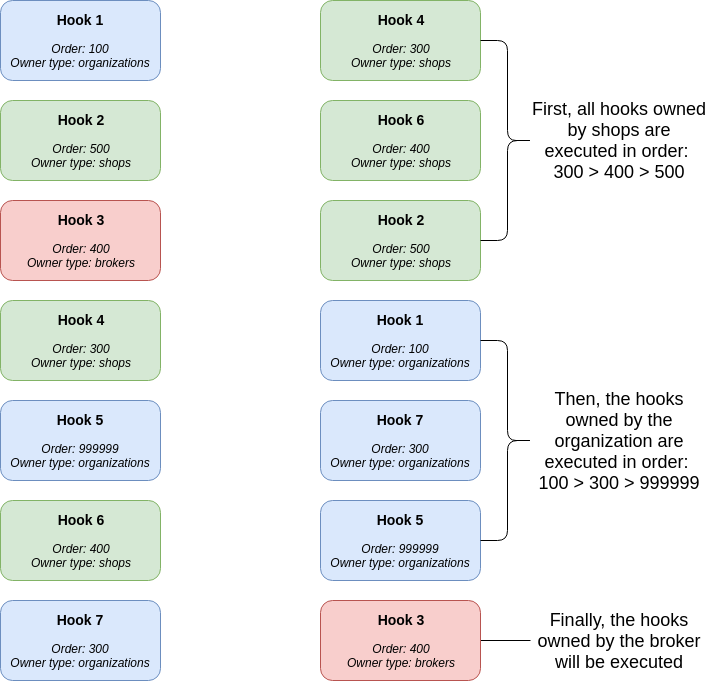
MyParcelCOM/docs keeps this draw.io diagram as static/images/hooks-order.png. Above is the earlier version. Source tidied: cells renumbered, new cells last; positions are measured from the earlier drawing's top-left corner, leaving out a move shared by most shapes. The source it was exported from:
```xml
<mxGraphModel>
  <root>
    <mxCell id="0" />
    <mxCell id="1" parent="0" />
    <mxCell id="2" value="&lt;font&gt;&lt;b&gt;&lt;font style=&quot;font-size: 14px&quot;&gt;Hook 1&lt;/font&gt;&lt;/b&gt;&lt;br&gt;&lt;/font&gt;&lt;br&gt;&lt;i&gt;Order: 100&lt;br&gt;Owner type: organizations&lt;/i&gt;&lt;br&gt;" style="rounded=1;whiteSpace=wrap;html=1;fillColor=#dae8fc;strokeColor=#6c8ebf;" parent="1" vertex="1">
      <mxGeometry width="160" height="80" as="geometry" />
    </mxCell>
    <mxCell id="3" value="&lt;font style=&quot;font-size: 14px&quot;&gt;&lt;b&gt;Hook 2&lt;/b&gt;&lt;/font&gt;&lt;br&gt;&lt;br&gt;&lt;i&gt;Order: 500&lt;br&gt;Owner type: shops&lt;/i&gt;&lt;br&gt;" style="rounded=1;whiteSpace=wrap;html=1;fillColor=#d5e8d4;strokeColor=#82b366;" parent="1" vertex="1">
      <mxGeometry y="100" width="160" height="80" as="geometry" />
    </mxCell>
    <mxCell id="4" value="&lt;b&gt;&lt;font style=&quot;font-size: 14px&quot;&gt;Hook 3&lt;/font&gt;&lt;/b&gt;&lt;br&gt;&lt;br&gt;&lt;i&gt;Order: 400&lt;br&gt;Owner type: brokers&lt;/i&gt;&lt;br&gt;" style="rounded=1;whiteSpace=wrap;html=1;fillColor=#f8cecc;strokeColor=#b85450;" parent="1" vertex="1">
      <mxGeometry y="200" width="160" height="80" as="geometry" />
    </mxCell>
    <mxCell id="5" value="&lt;b style=&quot;font-size: 14px&quot;&gt;Hook 4&lt;br&gt;&lt;/b&gt;&lt;br&gt;&lt;i&gt;Order: 300&lt;br&gt;Owner type: shops&lt;/i&gt;&lt;br&gt;" style="rounded=1;whiteSpace=wrap;html=1;fillColor=#d5e8d4;strokeColor=#82b366;" parent="1" vertex="1">
      <mxGeometry y="300" width="160" height="80" as="geometry" />
    </mxCell>
    <mxCell id="6" value="&lt;b style=&quot;font-size: 14px&quot;&gt;Hook 5&lt;br&gt;&lt;/b&gt;&lt;br&gt;&lt;i&gt;Order: 999999&lt;br&gt;Owner type: organizations&lt;/i&gt;&lt;br&gt;" style="rounded=1;whiteSpace=wrap;html=1;fillColor=#dae8fc;strokeColor=#6c8ebf;" parent="1" vertex="1">
      <mxGeometry y="400" width="160" height="80" as="geometry" />
    </mxCell>
    <mxCell id="7" value="&lt;b&gt;&lt;font style=&quot;font-size: 14px&quot;&gt;Hook 6&lt;/font&gt;&lt;/b&gt;&lt;br&gt;&lt;br&gt;&lt;i&gt;Order: 400&lt;br&gt;Owner type: shops&lt;/i&gt;&lt;br&gt;" style="rounded=1;whiteSpace=wrap;html=1;fillColor=#d5e8d4;strokeColor=#82b366;" parent="1" vertex="1">
      <mxGeometry y="500" width="160" height="80" as="geometry" />
    </mxCell>
    <mxCell id="8" value="&lt;b&gt;&lt;font style=&quot;font-size: 14px&quot;&gt;Hook 7&lt;/font&gt;&lt;/b&gt;&lt;br&gt;&lt;br&gt;&lt;i&gt;Order: 300&lt;br&gt;Owner type: organizations&lt;/i&gt;&lt;br&gt;" style="rounded=1;whiteSpace=wrap;html=1;fillColor=#dae8fc;strokeColor=#6c8ebf;" parent="1" vertex="1">
      <mxGeometry y="600" width="160" height="80" as="geometry" />
    </mxCell>
    <mxCell id="9" value="&lt;b style=&quot;font-size: 14px&quot;&gt;Hook 4&lt;br&gt;&lt;/b&gt;&lt;br&gt;&lt;i&gt;Order: 300&lt;br&gt;Owner type: shops&lt;/i&gt;&lt;br&gt;" style="rounded=1;whiteSpace=wrap;html=1;fillColor=#d5e8d4;strokeColor=#82b366;" parent="1" vertex="1">
      <mxGeometry x="320" width="160" height="80" as="geometry" />
    </mxCell>
    <mxCell id="10" value="&lt;b&gt;&lt;font style=&quot;font-size: 14px&quot;&gt;Hook 6&lt;/font&gt;&lt;/b&gt;&lt;br&gt;&lt;br&gt;&lt;i&gt;Order: 400&lt;br&gt;Owner type: shops&lt;/i&gt;&lt;br&gt;" style="rounded=1;whiteSpace=wrap;html=1;fillColor=#d5e8d4;strokeColor=#82b366;" parent="1" vertex="1">
      <mxGeometry x="320" y="100" width="160" height="80" as="geometry" />
    </mxCell>
    <mxCell id="11" value="&lt;font style=&quot;font-size: 14px&quot;&gt;&lt;b&gt;Hook 2&lt;/b&gt;&lt;/font&gt;&lt;br&gt;&lt;br&gt;&lt;i&gt;Order: 500&lt;br&gt;Owner type: shops&lt;/i&gt;&lt;br&gt;" style="rounded=1;whiteSpace=wrap;html=1;fillColor=#d5e8d4;strokeColor=#82b366;" parent="1" vertex="1">
      <mxGeometry x="320" y="200" width="160" height="80" as="geometry" />
    </mxCell>
    <mxCell id="12" value="&lt;font&gt;&lt;b&gt;&lt;font style=&quot;font-size: 14px&quot;&gt;Hook 1&lt;/font&gt;&lt;/b&gt;&lt;br&gt;&lt;/font&gt;&lt;br&gt;&lt;i&gt;Order: 100&lt;br&gt;Owner type: organizations&lt;/i&gt;&lt;br&gt;" style="rounded=1;whiteSpace=wrap;html=1;fillColor=#dae8fc;strokeColor=#6c8ebf;" parent="1" vertex="1">
      <mxGeometry x="320" y="300" width="160" height="80" as="geometry" />
    </mxCell>
    <mxCell id="13" value="&lt;b&gt;&lt;font style=&quot;font-size: 14px&quot;&gt;Hook 7&lt;/font&gt;&lt;/b&gt;&lt;br&gt;&lt;br&gt;&lt;i&gt;Order: 300&lt;br&gt;Owner type: organizations&lt;/i&gt;&lt;br&gt;" style="rounded=1;whiteSpace=wrap;html=1;fillColor=#dae8fc;strokeColor=#6c8ebf;" parent="1" vertex="1">
      <mxGeometry x="320" y="400" width="160" height="80" as="geometry" />
    </mxCell>
    <mxCell id="14" value="&lt;b style=&quot;font-size: 14px&quot;&gt;Hook 5&lt;br&gt;&lt;/b&gt;&lt;br&gt;&lt;i&gt;Order: 999999&lt;br&gt;Owner type: organizations&lt;/i&gt;&lt;br&gt;" style="rounded=1;whiteSpace=wrap;html=1;fillColor=#dae8fc;strokeColor=#6c8ebf;" parent="1" vertex="1">
      <mxGeometry x="320" y="500" width="160" height="80" as="geometry" />
    </mxCell>
    <mxCell id="15" style="edgeStyle=orthogonalEdgeStyle;rounded=0;jettySize=auto;html=1;exitX=1;exitY=0.5;exitDx=0;exitDy=0;endArrow=none;endFill=0;" parent="1" edge="1" source="16">
      <mxGeometry relative="1" as="geometry">
        <mxPoint x="530" y="640" as="targetPoint" />
      </mxGeometry>
    </mxCell>
    <mxCell id="16" value="&lt;b&gt;&lt;font style=&quot;font-size: 14px&quot;&gt;Hook 3&lt;/font&gt;&lt;/b&gt;&lt;br&gt;&lt;br&gt;&lt;i&gt;Order: 400&lt;br&gt;Owner type: brokers&lt;/i&gt;&lt;br&gt;" style="rounded=1;whiteSpace=wrap;html=1;fillColor=#f8cecc;strokeColor=#b85450;" parent="1" vertex="1">
      <mxGeometry x="320" y="600" width="160" height="80" as="geometry" />
    </mxCell>
    <mxCell id="17" value="&lt;font style=&quot;font-size: 18px&quot;&gt;First, all hooks owned by shops are executed in order:&amp;nbsp;&lt;br&gt;300 &amp;gt; 400 &amp;gt; 500&lt;br&gt;&lt;/font&gt;" style="text;html=1;strokeColor=none;fillColor=none;align=center;verticalAlign=middle;whiteSpace=wrap;rounded=0;" parent="1" vertex="1">
      <mxGeometry x="530" y="85" width="178" height="110" as="geometry" />
    </mxCell>
    <mxCell id="18" style="shape=curlyBracket;whiteSpace=wrap;html=1;rounded=1;direction=west;" parent="1" vertex="1">
      <mxGeometry x="480" y="40" width="54" height="200" as="geometry" />
    </mxCell>
    <mxCell id="19" value="&lt;font style=&quot;font-size: 18px&quot;&gt;Then, the hooks owned by the organization are executed in order: &lt;br&gt;100 &amp;gt; 300 &amp;gt; 999999&lt;/font&gt;" style="text;html=1;strokeColor=none;fillColor=none;align=center;verticalAlign=middle;whiteSpace=wrap;rounded=0;" parent="1" vertex="1">
      <mxGeometry x="530" y="385" width="178" height="110" as="geometry" />
    </mxCell>
    <mxCell id="20" style="shape=curlyBracket;whiteSpace=wrap;html=1;rounded=1;direction=west;" parent="1" vertex="1">
      <mxGeometry x="480" y="340" width="54" height="200" as="geometry" />
    </mxCell>
    <mxCell id="21" value="&lt;span style=&quot;font-size: 18px&quot;&gt;Finally, the hooks owned by the broker will be executed&lt;/span&gt;&lt;br&gt;" style="text;html=1;strokeColor=none;fillColor=none;align=center;verticalAlign=middle;whiteSpace=wrap;rounded=0;" parent="1" vertex="1">
      <mxGeometry x="530" y="585" width="178" height="110" as="geometry" />
    </mxCell>
  </root>
</mxGraphModel>
```
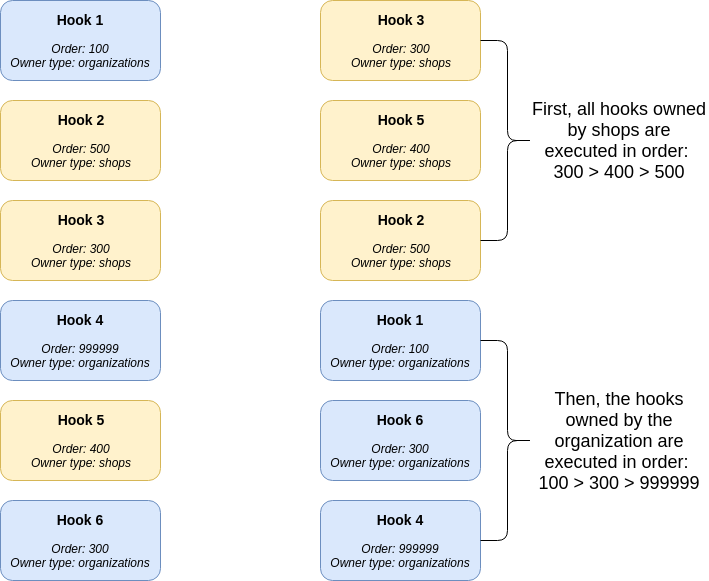
The same diagram one commit later.

Commit message:
:fire::ok_hand: Removed mentions of broker and added warning on overwriting properties with hooks.

What changed in the source:
```diff
@@ -5,50 +5,39 @@
     <mxCell id="2" value="&lt;font&gt;&lt;b&gt;&lt;font style=&quot;font-size: 14px&quot;&gt;Hook 1&lt;/font&gt;&lt;/b&gt;&lt;br&gt;&lt;/font&gt;&lt;br&gt;&lt;i&gt;Order: 100&lt;br&gt;Owner type: organizations&lt;/i&gt;&lt;br&gt;" style="rounded=1;whiteSpace=wrap;html=1;fillColor=#dae8fc;strokeColor=#6c8ebf;" parent="1" vertex="1">
       <mxGeometry width="160" height="80" as="geometry" />
     </mxCell>
-    <mxCell id="3" value="&lt;font style=&quot;font-size: 14px&quot;&gt;&lt;b&gt;Hook 2&lt;/b&gt;&lt;/font&gt;&lt;br&gt;&lt;br&gt;&lt;i&gt;Order: 500&lt;br&gt;Owner type: shops&lt;/i&gt;&lt;br&gt;" style="rounded=1;whiteSpace=wrap;html=1;fillColor=#d5e8d4;strokeColor=#82b366;" parent="1" vertex="1">
+    <mxCell id="3" value="&lt;font style=&quot;font-size: 14px&quot;&gt;&lt;b&gt;Hook 2&lt;/b&gt;&lt;/font&gt;&lt;br&gt;&lt;br&gt;&lt;i&gt;Order: 500&lt;br&gt;Owner type: shops&lt;/i&gt;&lt;br&gt;" style="rounded=1;whiteSpace=wrap;html=1;fillColor=#fff2cc;strokeColor=#d6b656;" parent="1" vertex="1">
       <mxGeometry y="100" width="160" height="80" as="geometry" />
     </mxCell>
-    <mxCell id="4" value="&lt;b&gt;&lt;font style=&quot;font-size: 14px&quot;&gt;Hook 3&lt;/font&gt;&lt;/b&gt;&lt;br&gt;&lt;br&gt;&lt;i&gt;Order: 400&lt;br&gt;Owner type: brokers&lt;/i&gt;&lt;br&gt;" style="rounded=1;whiteSpace=wrap;html=1;fillColor=#f8cecc;strokeColor=#b85450;" parent="1" vertex="1">
-      <mxGeometry y="200" width="160" height="80" as="geometry" />
-    </mxCell>
-    <mxCell id="5" value="&lt;b style=&quot;font-size: 14px&quot;&gt;Hook 4&lt;br&gt;&lt;/b&gt;&lt;br&gt;&lt;i&gt;Order: 300&lt;br&gt;Owner type: shops&lt;/i&gt;&lt;br&gt;" style="rounded=1;whiteSpace=wrap;html=1;fillColor=#d5e8d4;strokeColor=#82b366;" parent="1" vertex="1">
-      <mxGeometry y="300" width="160" height="80" as="geometry" />
+    <mxCell id="5" value="&lt;b style=&quot;font-size: 14px&quot;&gt;Hook 3&lt;br&gt;&lt;/b&gt;&lt;br&gt;&lt;i&gt;Order: 300&lt;br&gt;Owner type: shops&lt;/i&gt;&lt;br&gt;" style="rounded=1;whiteSpace=wrap;html=1;fillColor=#fff2cc;strokeColor=#d6b656;" parent="1" vertex="1">
+      <mxGeometry y="200" width="160" height="80" as="geometry" />
     </mxCell>
-    <mxCell id="6" value="&lt;b style=&quot;font-size: 14px&quot;&gt;Hook 5&lt;br&gt;&lt;/b&gt;&lt;br&gt;&lt;i&gt;Order: 999999&lt;br&gt;Owner type: organizations&lt;/i&gt;&lt;br&gt;" style="rounded=1;whiteSpace=wrap;html=1;fillColor=#dae8fc;strokeColor=#6c8ebf;" parent="1" vertex="1">
-      <mxGeometry y="400" width="160" height="80" as="geometry" />
+    <mxCell id="6" value="&lt;b style=&quot;font-size: 14px&quot;&gt;Hook 4&lt;br&gt;&lt;/b&gt;&lt;br&gt;&lt;i&gt;Order: 999999&lt;br&gt;Owner type: organizations&lt;/i&gt;&lt;br&gt;" style="rounded=1;whiteSpace=wrap;html=1;fillColor=#dae8fc;strokeColor=#6c8ebf;" parent="1" vertex="1">
+      <mxGeometry y="300" width="160" height="80" as="geometry" />
     </mxCell>
-    <mxCell id="7" value="&lt;b&gt;&lt;font style=&quot;font-size: 14px&quot;&gt;Hook 6&lt;/font&gt;&lt;/b&gt;&lt;br&gt;&lt;br&gt;&lt;i&gt;Order: 400&lt;br&gt;Owner type: shops&lt;/i&gt;&lt;br&gt;" style="rounded=1;whiteSpace=wrap;html=1;fillColor=#d5e8d4;strokeColor=#82b366;" parent="1" vertex="1">
-      <mxGeometry y="500" width="160" height="80" as="geometry" />
+    <mxCell id="7" value="&lt;b&gt;&lt;font style=&quot;font-size: 14px&quot;&gt;Hook 5&lt;/font&gt;&lt;/b&gt;&lt;br&gt;&lt;br&gt;&lt;i&gt;Order: 400&lt;br&gt;Owner type: shops&lt;/i&gt;&lt;br&gt;" style="rounded=1;whiteSpace=wrap;html=1;fillColor=#fff2cc;strokeColor=#d6b656;" parent="1" vertex="1">
+      <mxGeometry y="400" width="160" height="80" as="geometry" />
     </mxCell>
-    <mxCell id="8" value="&lt;b&gt;&lt;font style=&quot;font-size: 14px&quot;&gt;Hook 7&lt;/font&gt;&lt;/b&gt;&lt;br&gt;&lt;br&gt;&lt;i&gt;Order: 300&lt;br&gt;Owner type: organizations&lt;/i&gt;&lt;br&gt;" style="rounded=1;whiteSpace=wrap;html=1;fillColor=#dae8fc;strokeColor=#6c8ebf;" parent="1" vertex="1">
-      <mxGeometry y="600" width="160" height="80" as="geometry" />
+    <mxCell id="8" value="&lt;b&gt;&lt;font style=&quot;font-size: 14px&quot;&gt;Hook 6&lt;/font&gt;&lt;/b&gt;&lt;br&gt;&lt;br&gt;&lt;i&gt;Order: 300&lt;br&gt;Owner type: organizations&lt;/i&gt;&lt;br&gt;" style="rounded=1;whiteSpace=wrap;html=1;fillColor=#dae8fc;strokeColor=#6c8ebf;" parent="1" vertex="1">
+      <mxGeometry y="500" width="160" height="80" as="geometry" />
     </mxCell>
-    <mxCell id="9" value="&lt;b style=&quot;font-size: 14px&quot;&gt;Hook 4&lt;br&gt;&lt;/b&gt;&lt;br&gt;&lt;i&gt;Order: 300&lt;br&gt;Owner type: shops&lt;/i&gt;&lt;br&gt;" style="rounded=1;whiteSpace=wrap;html=1;fillColor=#d5e8d4;strokeColor=#82b366;" parent="1" vertex="1">
+    <mxCell id="9" value="&lt;b style=&quot;font-size: 14px&quot;&gt;Hook 3&lt;br&gt;&lt;/b&gt;&lt;br&gt;&lt;i&gt;Order: 300&lt;br&gt;Owner type: shops&lt;/i&gt;&lt;br&gt;" style="rounded=1;whiteSpace=wrap;html=1;fillColor=#fff2cc;strokeColor=#d6b656;" parent="1" vertex="1">
       <mxGeometry x="320" width="160" height="80" as="geometry" />
     </mxCell>
-    <mxCell id="10" value="&lt;b&gt;&lt;font style=&quot;font-size: 14px&quot;&gt;Hook 6&lt;/font&gt;&lt;/b&gt;&lt;br&gt;&lt;br&gt;&lt;i&gt;Order: 400&lt;br&gt;Owner type: shops&lt;/i&gt;&lt;br&gt;" style="rounded=1;whiteSpace=wrap;html=1;fillColor=#d5e8d4;strokeColor=#82b366;" parent="1" vertex="1">
+    <mxCell id="10" value="&lt;b&gt;&lt;font style=&quot;font-size: 14px&quot;&gt;Hook 5&lt;/font&gt;&lt;/b&gt;&lt;br&gt;&lt;br&gt;&lt;i&gt;Order: 400&lt;br&gt;Owner type: shops&lt;/i&gt;&lt;br&gt;" style="rounded=1;whiteSpace=wrap;html=1;fillColor=#fff2cc;strokeColor=#d6b656;" parent="1" vertex="1">
       <mxGeometry x="320" y="100" width="160" height="80" as="geometry" />
     </mxCell>
-    <mxCell id="11" value="&lt;font style=&quot;font-size: 14px&quot;&gt;&lt;b&gt;Hook 2&lt;/b&gt;&lt;/font&gt;&lt;br&gt;&lt;br&gt;&lt;i&gt;Order: 500&lt;br&gt;Owner type: shops&lt;/i&gt;&lt;br&gt;" style="rounded=1;whiteSpace=wrap;html=1;fillColor=#d5e8d4;strokeColor=#82b366;" parent="1" vertex="1">
+    <mxCell id="11" value="&lt;font style=&quot;font-size: 14px&quot;&gt;&lt;b&gt;Hook 2&lt;/b&gt;&lt;/font&gt;&lt;br&gt;&lt;br&gt;&lt;i&gt;Order: 500&lt;br&gt;Owner type: shops&lt;/i&gt;&lt;br&gt;" style="rounded=1;whiteSpace=wrap;html=1;fillColor=#fff2cc;strokeColor=#d6b656;" parent="1" vertex="1">
       <mxGeometry x="320" y="200" width="160" height="80" as="geometry" />
     </mxCell>
     <mxCell id="12" value="&lt;font&gt;&lt;b&gt;&lt;font style=&quot;font-size: 14px&quot;&gt;Hook 1&lt;/font&gt;&lt;/b&gt;&lt;br&gt;&lt;/font&gt;&lt;br&gt;&lt;i&gt;Order: 100&lt;br&gt;Owner type: organizations&lt;/i&gt;&lt;br&gt;" style="rounded=1;whiteSpace=wrap;html=1;fillColor=#dae8fc;strokeColor=#6c8ebf;" parent="1" vertex="1">
       <mxGeometry x="320" y="300" width="160" height="80" as="geometry" />
     </mxCell>
-    <mxCell id="13" value="&lt;b&gt;&lt;font style=&quot;font-size: 14px&quot;&gt;Hook 7&lt;/font&gt;&lt;/b&gt;&lt;br&gt;&lt;br&gt;&lt;i&gt;Order: 300&lt;br&gt;Owner type: organizations&lt;/i&gt;&lt;br&gt;" style="rounded=1;whiteSpace=wrap;html=1;fillColor=#dae8fc;strokeColor=#6c8ebf;" parent="1" vertex="1">
+    <mxCell id="13" value="&lt;b&gt;&lt;font style=&quot;font-size: 14px&quot;&gt;Hook 6&lt;/font&gt;&lt;/b&gt;&lt;br&gt;&lt;br&gt;&lt;i&gt;Order: 300&lt;br&gt;Owner type: organizations&lt;/i&gt;&lt;br&gt;" style="rounded=1;whiteSpace=wrap;html=1;fillColor=#dae8fc;strokeColor=#6c8ebf;" parent="1" vertex="1">
       <mxGeometry x="320" y="400" width="160" height="80" as="geometry" />
     </mxCell>
-    <mxCell id="14" value="&lt;b style=&quot;font-size: 14px&quot;&gt;Hook 5&lt;br&gt;&lt;/b&gt;&lt;br&gt;&lt;i&gt;Order: 999999&lt;br&gt;Owner type: organizations&lt;/i&gt;&lt;br&gt;" style="rounded=1;whiteSpace=wrap;html=1;fillColor=#dae8fc;strokeColor=#6c8ebf;" parent="1" vertex="1">
+    <mxCell id="14" value="&lt;b style=&quot;font-size: 14px&quot;&gt;Hook 4&lt;br&gt;&lt;/b&gt;&lt;br&gt;&lt;i&gt;Order: 999999&lt;br&gt;Owner type: organizations&lt;/i&gt;&lt;br&gt;" style="rounded=1;whiteSpace=wrap;html=1;fillColor=#dae8fc;strokeColor=#6c8ebf;" parent="1" vertex="1">
       <mxGeometry x="320" y="500" width="160" height="80" as="geometry" />
     </mxCell>
-    <mxCell id="15" style="edgeStyle=orthogonalEdgeStyle;rounded=0;jettySize=auto;html=1;exitX=1;exitY=0.5;exitDx=0;exitDy=0;endArrow=none;endFill=0;" parent="1" edge="1" source="16">
-      <mxGeometry relative="1" as="geometry">
-        <mxPoint x="530" y="640" as="targetPoint" />
-      </mxGeometry>
-    </mxCell>
-    <mxCell id="16" value="&lt;b&gt;&lt;font style=&quot;font-size: 14px&quot;&gt;Hook 3&lt;/font&gt;&lt;/b&gt;&lt;br&gt;&lt;br&gt;&lt;i&gt;Order: 400&lt;br&gt;Owner type: brokers&lt;/i&gt;&lt;br&gt;" style="rounded=1;whiteSpace=wrap;html=1;fillColor=#f8cecc;strokeColor=#b85450;" parent="1" vertex="1">
-      <mxGeometry x="320" y="600" width="160" height="80" as="geometry" />
-    </mxCell>
     <mxCell id="17" value="&lt;font style=&quot;font-size: 18px&quot;&gt;First, all hooks owned by shops are executed in order:&amp;nbsp;&lt;br&gt;300 &amp;gt; 400 &amp;gt; 500&lt;br&gt;&lt;/font&gt;" style="text;html=1;strokeColor=none;fillColor=none;align=center;verticalAlign=middle;whiteSpace=wrap;rounded=0;" parent="1" vertex="1">
       <mxGeometry x="530" y="85" width="178" height="110" as="geometry" />
     </mxCell>
@@ -61,8 +50,5 @@
     <mxCell id="20" style="shape=curlyBracket;whiteSpace=wrap;html=1;rounded=1;direction=west;" parent="1" vertex="1">
       <mxGeometry x="480" y="340" width="54" height="200" as="geometry" />
     </mxCell>
-    <mxCell id="21" value="&lt;span style=&quot;font-size: 18px&quot;&gt;Finally, the hooks owned by the broker will be executed&lt;/span&gt;&lt;br&gt;" style="text;html=1;strokeColor=none;fillColor=none;align=center;verticalAlign=middle;whiteSpace=wrap;rounded=0;" parent="1" vertex="1">
-      <mxGeometry x="530" y="585" width="178" height="110" as="geometry" />
-    </mxCell>
   </root>
 </mxGraphModel>
```
